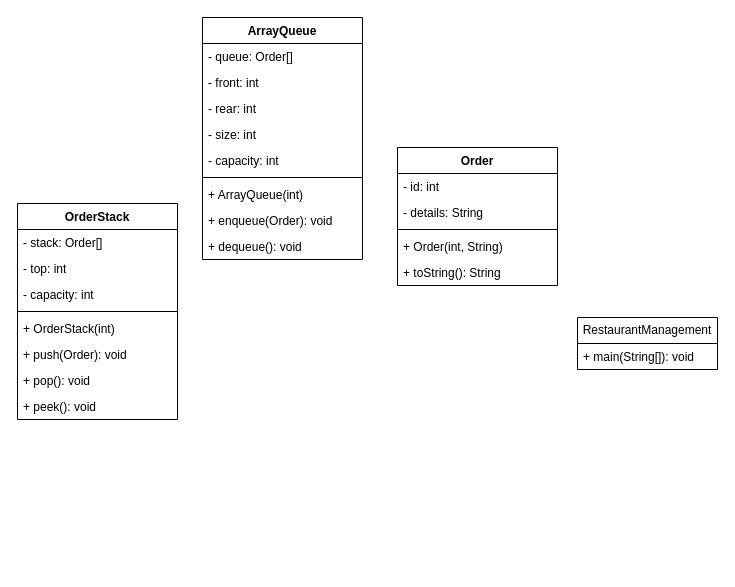
Daniel-Frederick/CPS350-Assignments keeps this draw.io diagram as frederick_daniel_restaurant_order/restaurant_order_UML.drawio. Above is the earlier version. Source tidied: cells renumbered, new cells numbered last; positions are measured from the earlier drawing's top-left corner, leaving out a move shared by most shapes. Both pictures are drawn from the tidied source at 100%, with x=0, y=0 at pixel (17, 17).
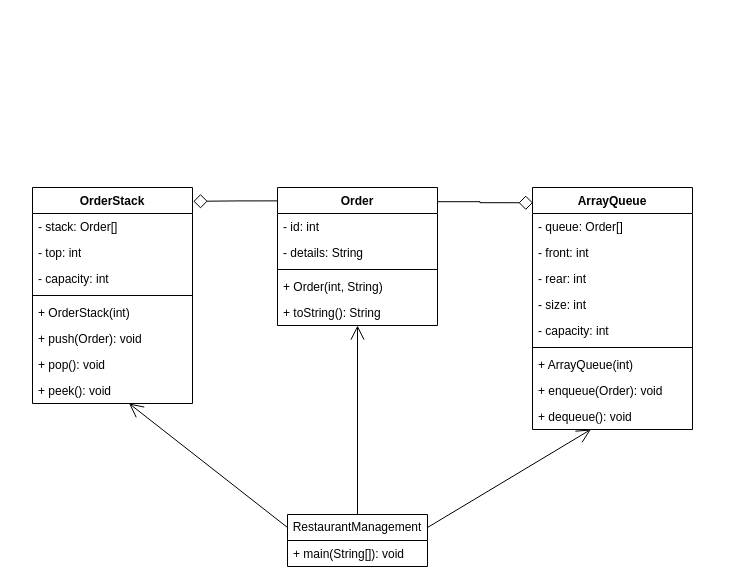
Above is the later version.

Commit message:
Created relationships between each class in restaurant_order_UML.drawio

Unchanged cells that the change refers to:
```xml
<mxCell id="11" value="+ dequeue(): void" style="text;align=left;verticalAlign=top;spacingLeft=4;spacingRight=4;overflow=hidden;points=[[0,0.5],[1,0.5]];portConstraint=eastwest;whiteSpace=wrap;html=1;swimlaneFillColor=default;" parent="2" vertex="1">
  <mxGeometry y="216" width="160" height="26" as="geometry" />
</mxCell>
<mxCell id="26" value="+ peek(): void" style="text;align=left;verticalAlign=top;spacingLeft=4;spacingRight=4;overflow=hidden;points=[[0,0.5],[1,0.5]];portConstraint=eastwest;whiteSpace=wrap;html=1;swimlaneFillColor=default;" parent="18" vertex="1">
  <mxGeometry y="190" width="160" height="26" as="geometry" />
</mxCell>
```

Change to the diagram source:
```diff
@@
     <mxCell id="2" value="ArrayQueue" style="swimlane;fontStyle=1;align=center;verticalAlign=top;horizontal=1;startSize=26;whiteSpace=wrap;html=1;swimlaneFillColor=default;" parent="1" vertex="1">
-      <mxGeometry x="185" width="160" height="242" as="geometry" />
+      <mxGeometry x="515" y="170" width="160" height="242" as="geometry" />
     </mxCell>
@@
     <mxCell id="12" value="Order" style="swimlane;fontStyle=1;align=center;verticalAlign=top;horizontal=1;startSize=26;whiteSpace=wrap;html=1;swimlaneFillColor=default;" parent="1" vertex="1">
-      <mxGeometry x="380" y="130" width="160" height="138" as="geometry" />
+      <mxGeometry x="260" y="170" width="160" height="138" as="geometry" />
     </mxCell>
@@
     <mxCell id="18" value="OrderStack" style="swimlane;fontStyle=1;align=center;verticalAlign=top;horizontal=1;startSize=26;whiteSpace=wrap;html=1;swimlaneFillColor=default;" parent="1" vertex="1">
-      <mxGeometry y="186" width="160" height="216" as="geometry" />
+      <mxGeometry x="15" y="170" width="160" height="216" as="geometry" />
     </mxCell>
@@
     <mxCell id="27" value="RestaurantManagement" style="swimlane;fontStyle=0;horizontal=1;startSize=26;fillColor=none;whiteSpace=wrap;html=1;" parent="1" vertex="1">
-      <mxGeometry x="560" y="300" width="140" height="52" as="geometry" />
+      <mxGeometry x="270" y="497" width="140" height="52" as="geometry" />
     </mxCell>
@@
+    <mxCell id="29" style="edgeStyle=orthogonalEdgeStyle;rounded=0;jettySize=auto;html=1;entryX=1.005;entryY=0.064;entryDx=0;entryDy=0;entryPerimeter=0;endArrow=diamond;endFill=0;endSize=12;startSize=10;exitX=-0.003;exitY=0.097;exitDx=0;exitDy=0;exitPerimeter=0;" parent="1" edge="1" source="12" target="18">
+      <mxGeometry relative="1" as="geometry" />
+    </mxCell>
+    <mxCell id="30" style="edgeStyle=orthogonalEdgeStyle;rounded=0;jettySize=auto;html=1;entryX=0.003;entryY=0.063;entryDx=0;entryDy=0;entryPerimeter=0;endArrow=diamond;endFill=0;endSize=12;startSize=10;exitX=1.003;exitY=0.103;exitDx=0;exitDy=0;exitPerimeter=0;" parent="1" edge="1" source="12" target="2">
+      <mxGeometry relative="1" as="geometry" />
+    </mxCell>
+    <mxCell id="31" style="endArrow=open;endFill=1;endSize=12;html=1;rounded=0;exitX=0.5;exitY=0;exitDx=0;exitDy=0;" parent="1" edge="1" source="27" target="12">
+      <mxGeometry relative="1" as="geometry" />
+    </mxCell>
+    <mxCell id="32" style="endArrow=open;endFill=1;endSize=12;html=1;rounded=0;exitX=0;exitY=0.25;exitDx=0;exitDy=0;" parent="1" edge="1" source="27" target="26">
+      <mxGeometry relative="1" as="geometry" />
+    </mxCell>
+    <mxCell id="33" style="endArrow=open;endFill=1;endSize=12;html=1;rounded=0;exitX=1;exitY=0.25;exitDx=0;exitDy=0;startSize=12;" parent="1" edge="1" source="27" target="11">
+      <mxGeometry relative="1" as="geometry" />
+    </mxCell>
```
